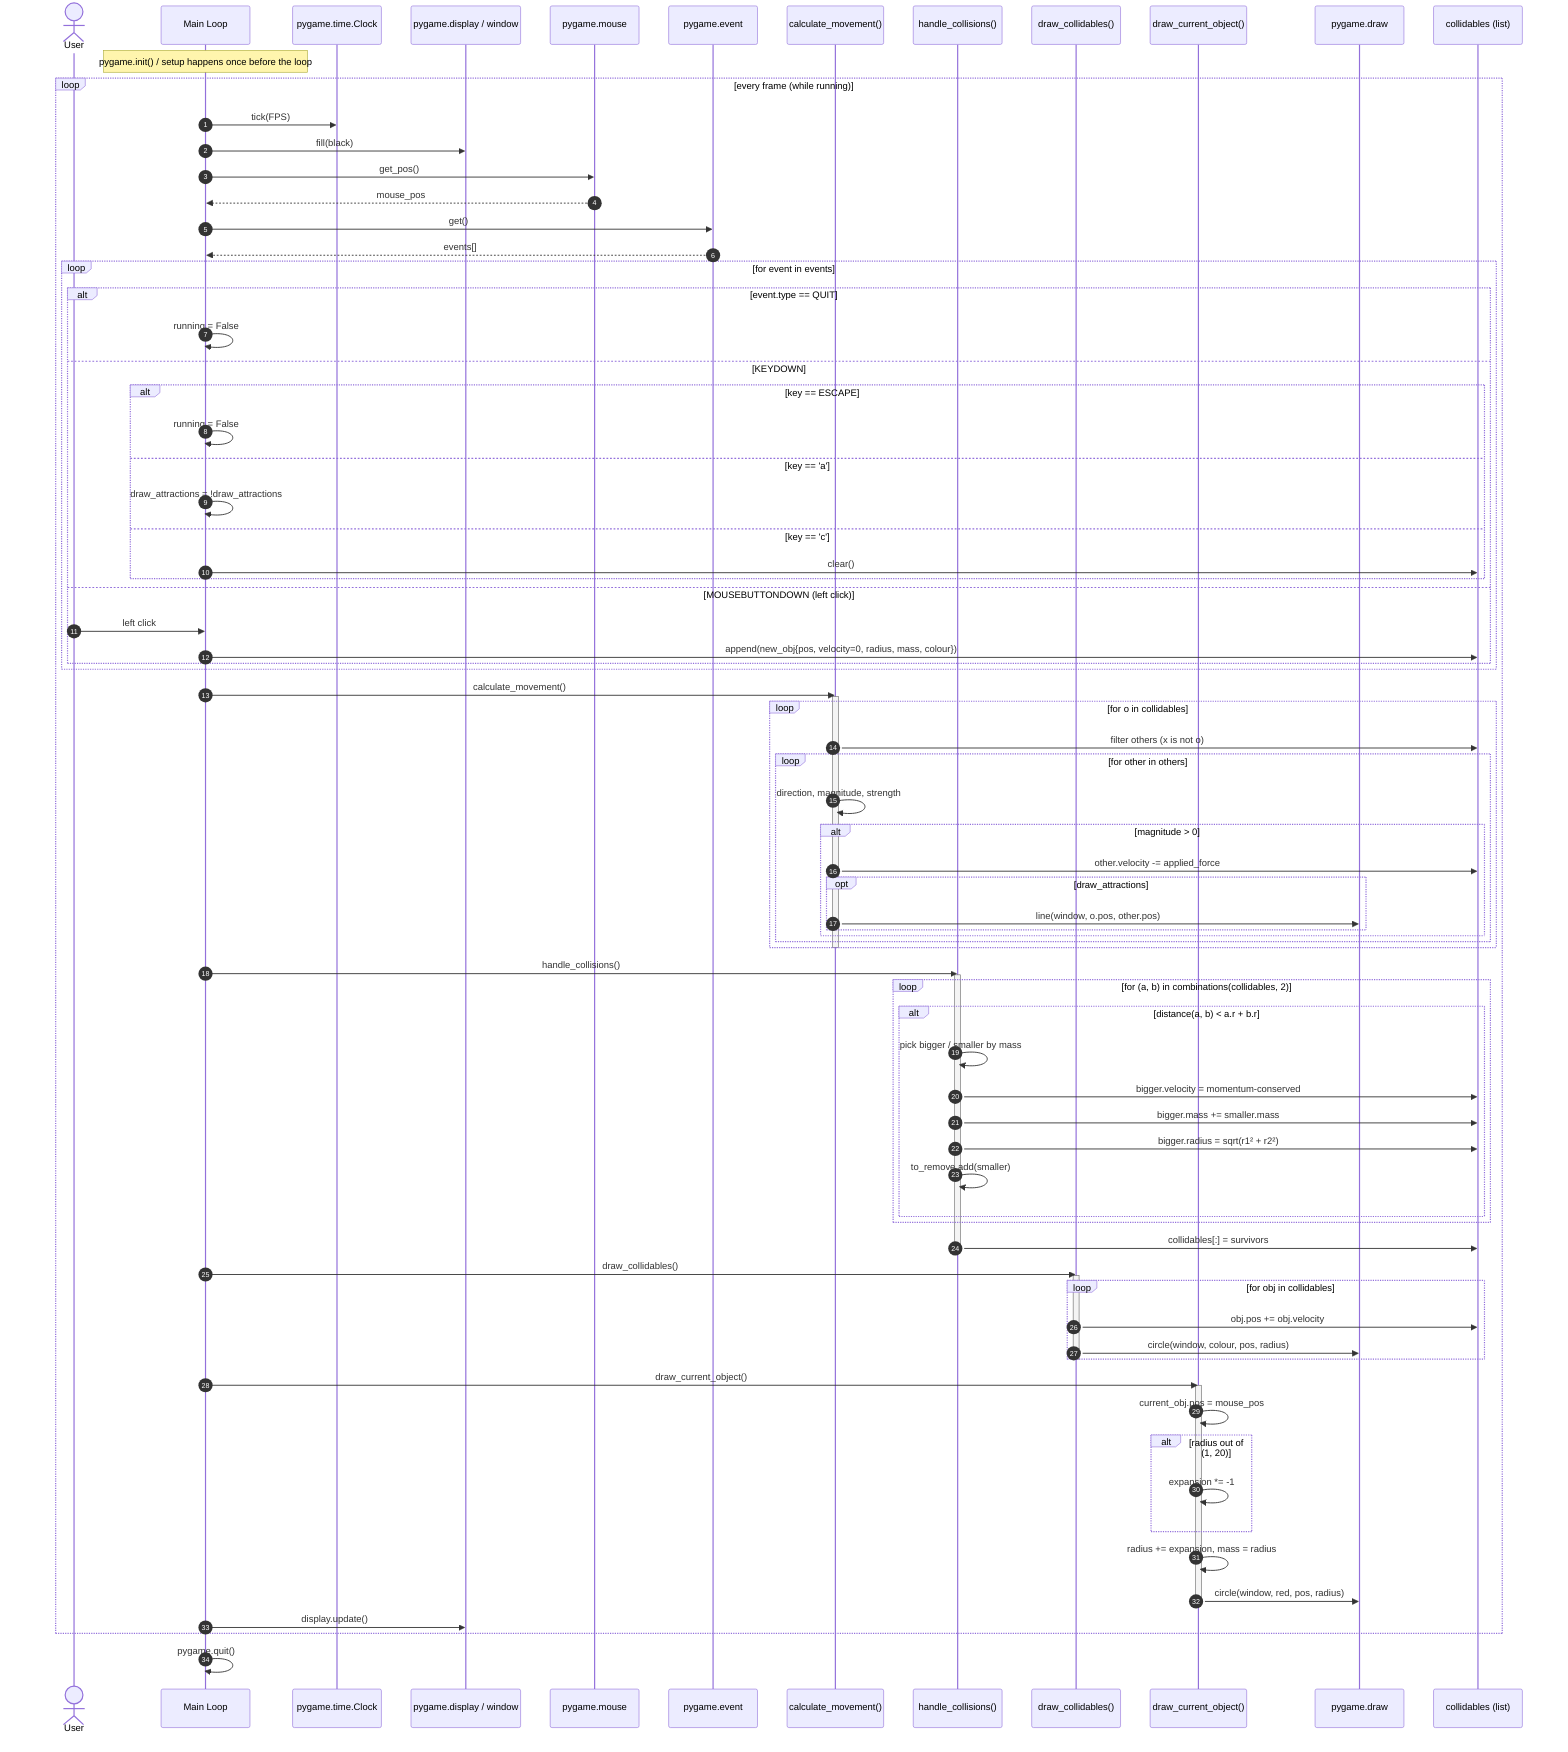
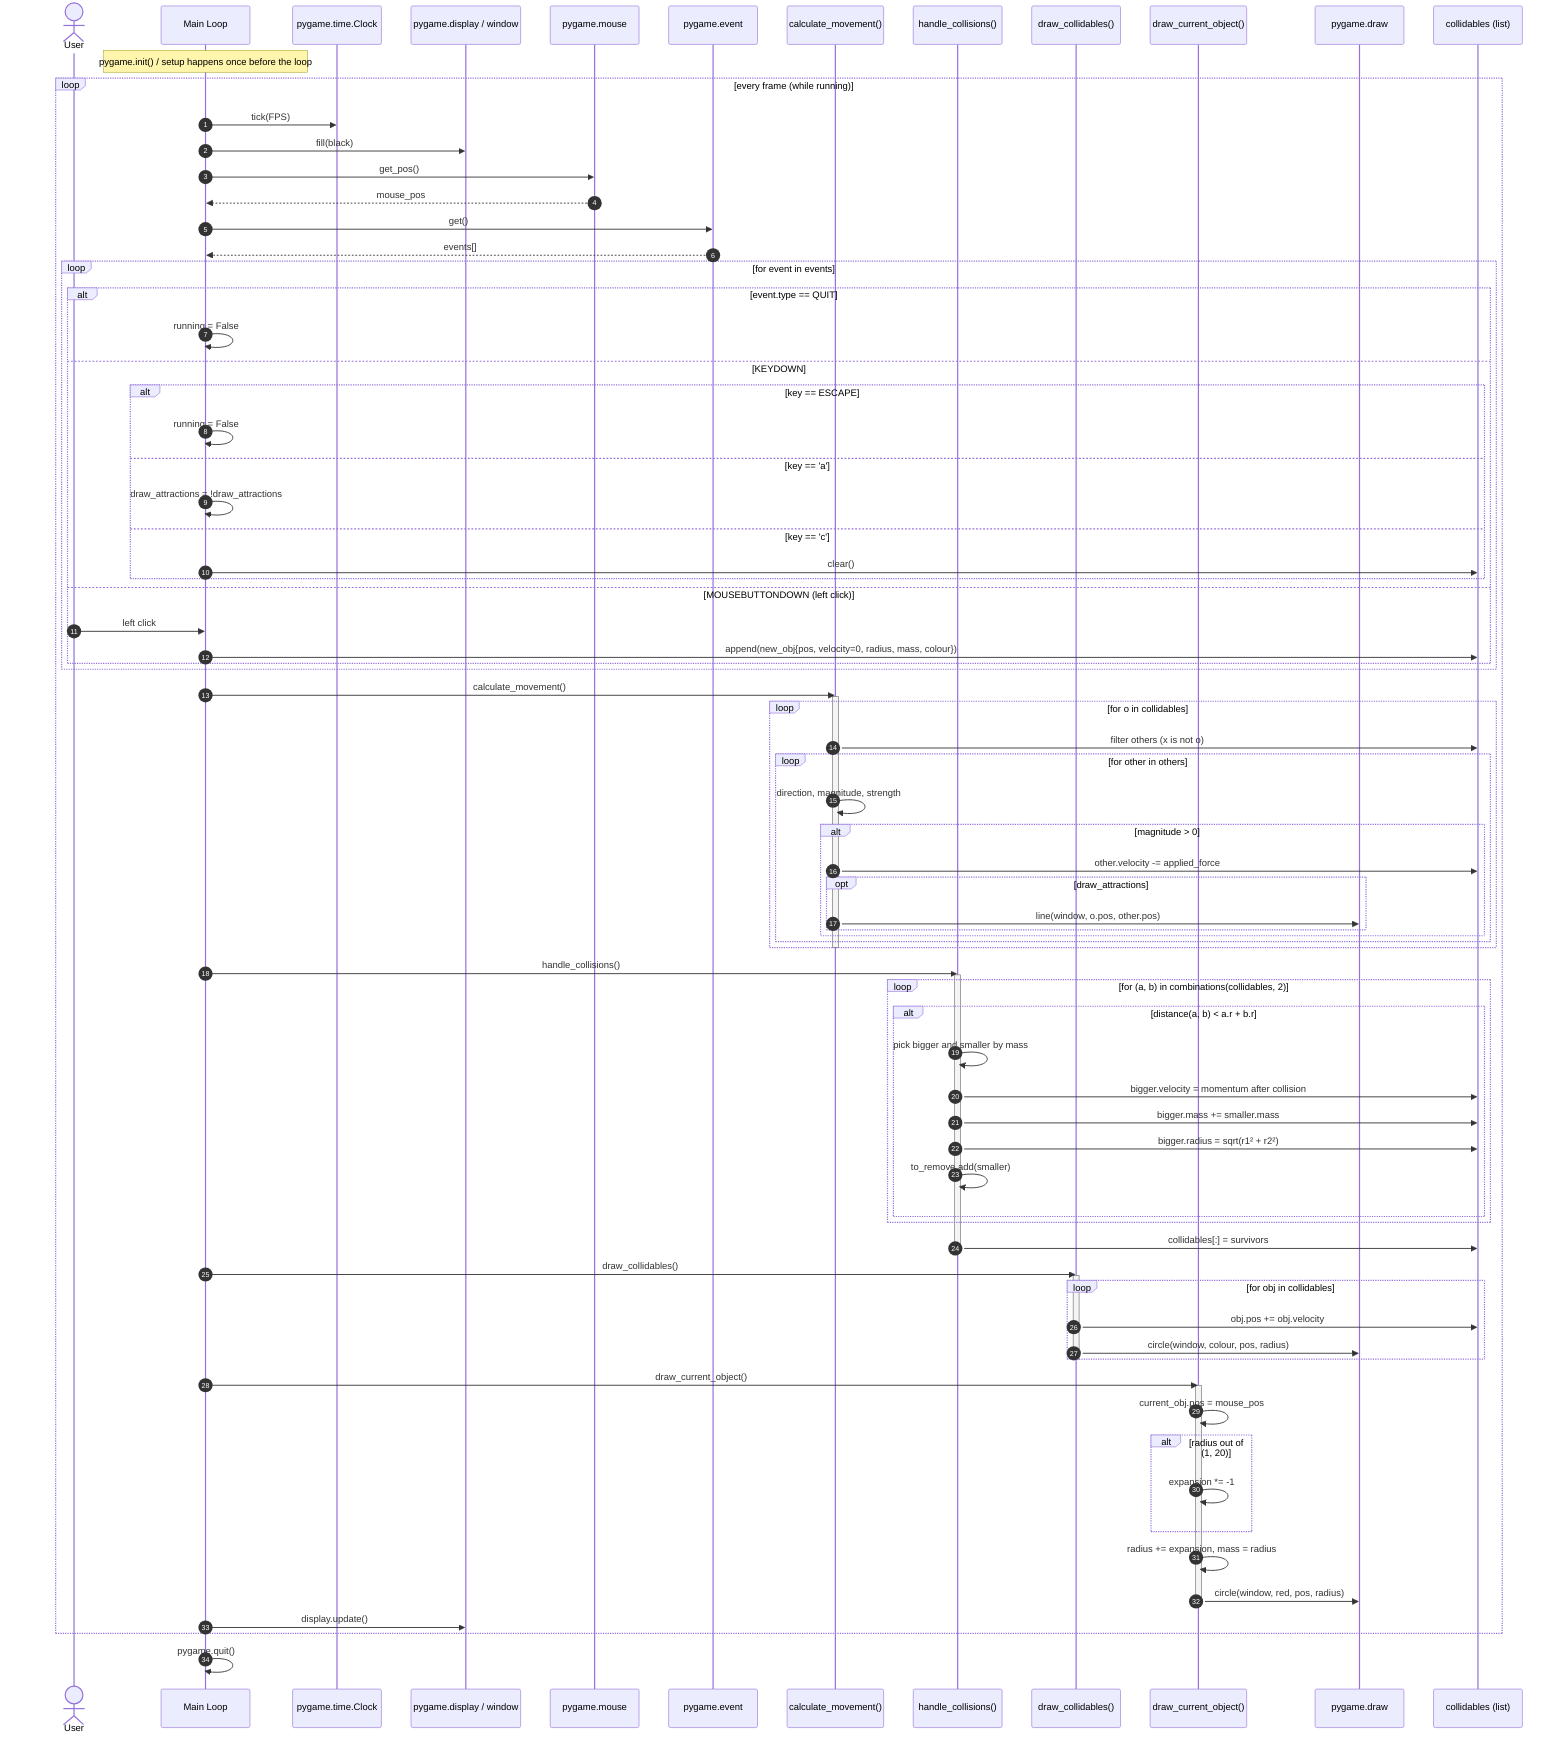
%% Week 02 Homework (b) — Sequence diagram for the pygame collision simulation.
%% Models ONE frame of the main `while running` loop. Outer `loop` block = per-frame.
sequenceDiagram
    autonumber
    actor User
    participant Main as Main Loop
    participant Clock as pygame.time.Clock
    participant Window as pygame.display / window
    participant Mouse as pygame.mouse
    participant Event as pygame.event
    participant Move as calculate_movement()
    participant Coll as handle_collisions()
    participant DrawAll as draw_collidables()
    participant DrawCur as draw_current_object()
    participant Draw as pygame.draw
    participant List as collidables (list)

    Note over Main: pygame.init() / setup happens once before the loop

    loop every frame (while running)
        Main->>Clock: tick(FPS)
        Main->>Window: fill(black)
        Main->>Mouse: get_pos()
        Mouse-->>Main: mouse_pos

        Main->>Event: get()
        Event-->>Main: events[]
        loop for event in events
            alt event.type == QUIT
                Main->>Main: running = False
            else KEYDOWN
                alt key == ESCAPE
                    Main->>Main: running = False
                else key == 'a'
                    Main->>Main: draw_attractions = !draw_attractions
                else key == 'c'
                    Main->>List: clear()
                end
            else MOUSEBUTTONDOWN (left click)
                User->>Main: left click
                Main->>List: append(new_obj{pos, velocity=0, radius, mass, colour})
            end
        end

        Main->>Move: calculate_movement()
        activate Move
        loop for o in collidables
            Move->>List: filter others (x is not o)
            loop for other in others
                Move->>Move: direction, magnitude, strength
                alt magnitude > 0
                    Move->>List: other.velocity -= applied_force
                    opt draw_attractions
                        Move->>Draw: line(window, o.pos, other.pos)
                    end
                end
            end
        end
        deactivate Move

        Main->>Coll: handle_collisions()
        activate Coll
        loop for (a, b) in combinations(collidables, 2)
            alt distance(a, b) < a.r + b.r
-                 Coll->>Coll: pick bigger / smaller by mass
-                 Coll->>List: bigger.velocity = momentum-conserved
+                 Coll->>Coll: pick bigger and smaller by mass
+                 Coll->>List: bigger.velocity = momentum after collision
                Coll->>List: bigger.mass += smaller.mass
                Coll->>List: bigger.radius = sqrt(r1² + r2²)
                Coll->>Coll: to_remove.add(smaller)
            end
        end
        Coll->>List: collidables[:] = survivors
        deactivate Coll

        Main->>DrawAll: draw_collidables()
        activate DrawAll
        loop for obj in collidables
            DrawAll->>List: obj.pos += obj.velocity
            DrawAll->>Draw: circle(window, colour, pos, radius)
        end
        deactivate DrawAll

        Main->>DrawCur: draw_current_object()
        activate DrawCur
        DrawCur->>DrawCur: current_obj.pos = mouse_pos
        alt radius out of (1, 20)
            DrawCur->>DrawCur: expansion *= -1
        end
        DrawCur->>DrawCur: radius += expansion, mass = radius
        DrawCur->>Draw: circle(window, red, pos, radius)
        deactivate DrawCur

        Main->>Window: display.update()
    end

    Main->>Main: pygame.quit()
